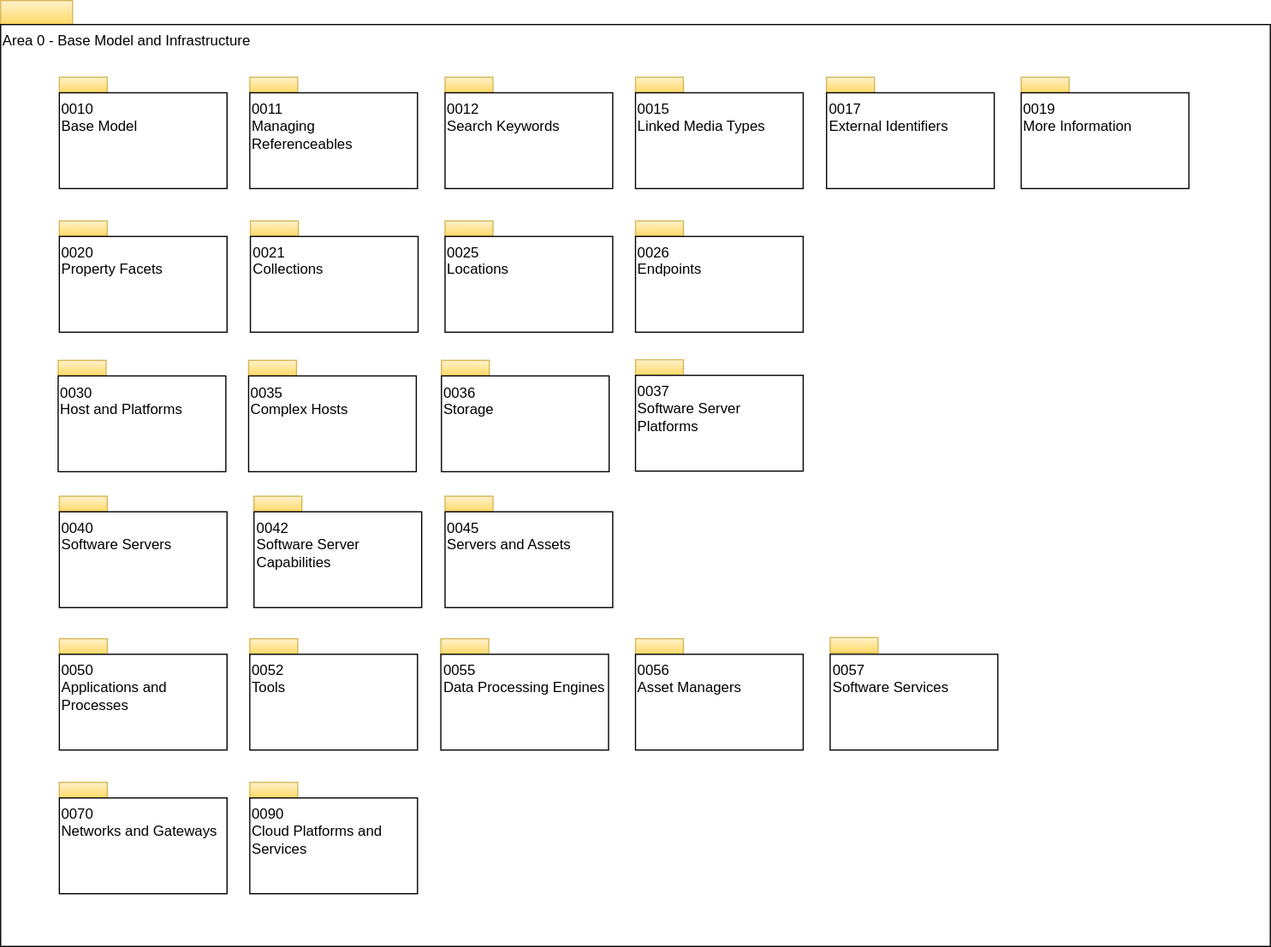
This is site/docs/types/0/area-0-basic-types-and-infrastructure-overview.svg from odpi/egeria-docs, a draw.io export, as it was before one commit. Source tidied: cells renumbered, new cells last; positions are measured from the earlier drawing's top-left corner, leaving out a move shared by most shapes.
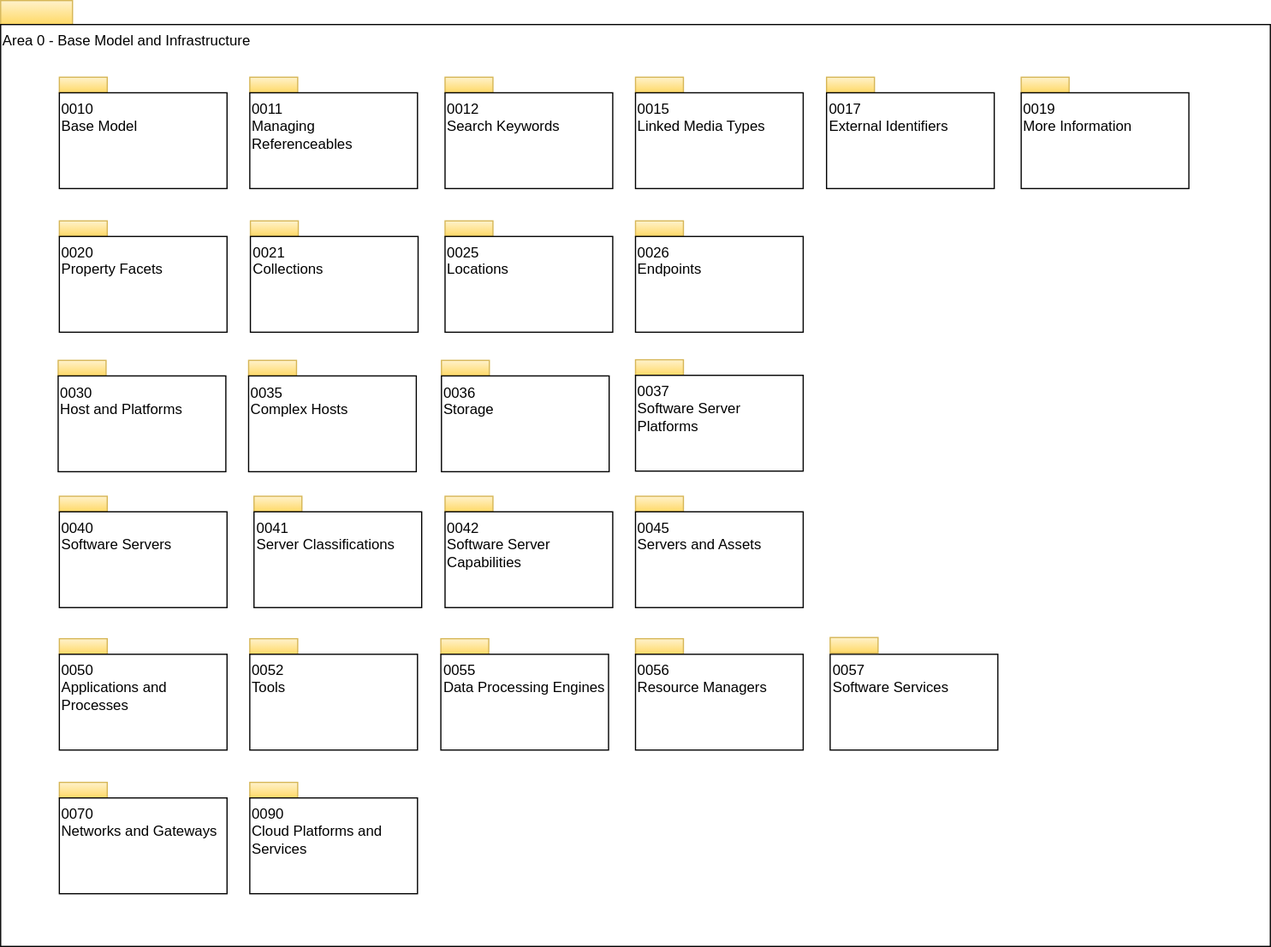
After the change.

The edit, as a diff of the source:
```diff
@@ -59,7 +59,7 @@
     <mxCell id="20" style="rounded=0;whiteSpace=wrap;html=1;align=left;fillColor=#fff2cc;strokeColor=#d6b656;gradientColor=#ffd966;" parent="1" vertex="1">
       <mxGeometry x="211.5" y="414" width="40" height="13" as="geometry" />
     </mxCell>
-    <mxCell id="21" value="0042&lt;br&gt;Software Server Capabilities&lt;br&gt;" style="rounded=0;whiteSpace=wrap;html=1;align=left;verticalAlign=top;" parent="1" vertex="1">
+    <mxCell id="21" value="0041&lt;br&gt;Server Classifications" style="rounded=0;whiteSpace=wrap;html=1;align=left;verticalAlign=top;" parent="1" vertex="1">
       <mxGeometry x="211.5" y="427" width="140" height="80" as="geometry" />
     </mxCell>
     <mxCell id="22" style="rounded=0;whiteSpace=wrap;html=1;align=left;fillColor=#fff2cc;strokeColor=#d6b656;gradientColor=#ffd966;" parent="1" vertex="1">
@@ -101,7 +101,7 @@
     <mxCell id="34" style="rounded=0;whiteSpace=wrap;html=1;align=left;fillColor=#fff2cc;strokeColor=#d6b656;gradientColor=#ffd966;" parent="1" vertex="1">
       <mxGeometry x="371" y="414" width="40" height="13" as="geometry" />
     </mxCell>
-    <mxCell id="35" value="0045&lt;br&gt;Servers and Assets&lt;br&gt;" style="rounded=0;whiteSpace=wrap;html=1;align=left;verticalAlign=top;" parent="1" vertex="1">
+    <mxCell id="35" value="0042&lt;br&gt;Software Server Capabilities" style="rounded=0;whiteSpace=wrap;html=1;align=left;verticalAlign=top;" parent="1" vertex="1">
       <mxGeometry x="371" y="427" width="140" height="80" as="geometry" />
     </mxCell>
     <mxCell id="36" style="rounded=0;whiteSpace=wrap;html=1;align=left;fillColor=#fff2cc;strokeColor=#d6b656;gradientColor=#ffd966;" parent="1" vertex="1">
@@ -113,7 +113,7 @@
     <mxCell id="38" style="rounded=0;whiteSpace=wrap;html=1;align=left;fillColor=#fff2cc;strokeColor=#d6b656;gradientColor=#ffd966;" parent="1" vertex="1">
       <mxGeometry x="530" y="533" width="40" height="13" as="geometry" />
     </mxCell>
-    <mxCell id="39" value="0056&lt;br&gt;Asset Managers" style="rounded=0;whiteSpace=wrap;html=1;align=left;verticalAlign=top;" parent="1" vertex="1">
+    <mxCell id="39" value="0056&lt;br&gt;Resource Managers" style="rounded=0;whiteSpace=wrap;html=1;align=left;verticalAlign=top;" parent="1" vertex="1">
       <mxGeometry x="530" y="546" width="140" height="80" as="geometry" />
     </mxCell>
     <mxCell id="40" style="rounded=0;whiteSpace=wrap;html=1;align=left;fillColor=#fff2cc;strokeColor=#d6b656;gradientColor=#ffd966;" parent="1" vertex="1">
@@ -152,5 +152,11 @@
     <mxCell id="51" value="0037&lt;br&gt;Software Server Platforms" style="rounded=0;whiteSpace=wrap;html=1;align=left;verticalAlign=top;" parent="1" vertex="1">
       <mxGeometry x="530" y="313" width="140" height="80" as="geometry" />
     </mxCell>
+    <mxCell id="52" style="rounded=0;whiteSpace=wrap;html=1;align=left;fillColor=#fff2cc;strokeColor=#d6b656;gradientColor=#ffd966;" parent="1" vertex="1">
+      <mxGeometry x="530" y="414" width="40" height="13" as="geometry" />
+    </mxCell>
+    <mxCell id="53" value="0045&lt;br&gt;Servers and Assets&lt;br&gt;" style="rounded=0;whiteSpace=wrap;html=1;align=left;verticalAlign=top;" parent="1" vertex="1">
+      <mxGeometry x="530" y="427" width="140" height="80" as="geometry" />
+    </mxCell>
   </root>
 </mxGraphModel>
```
